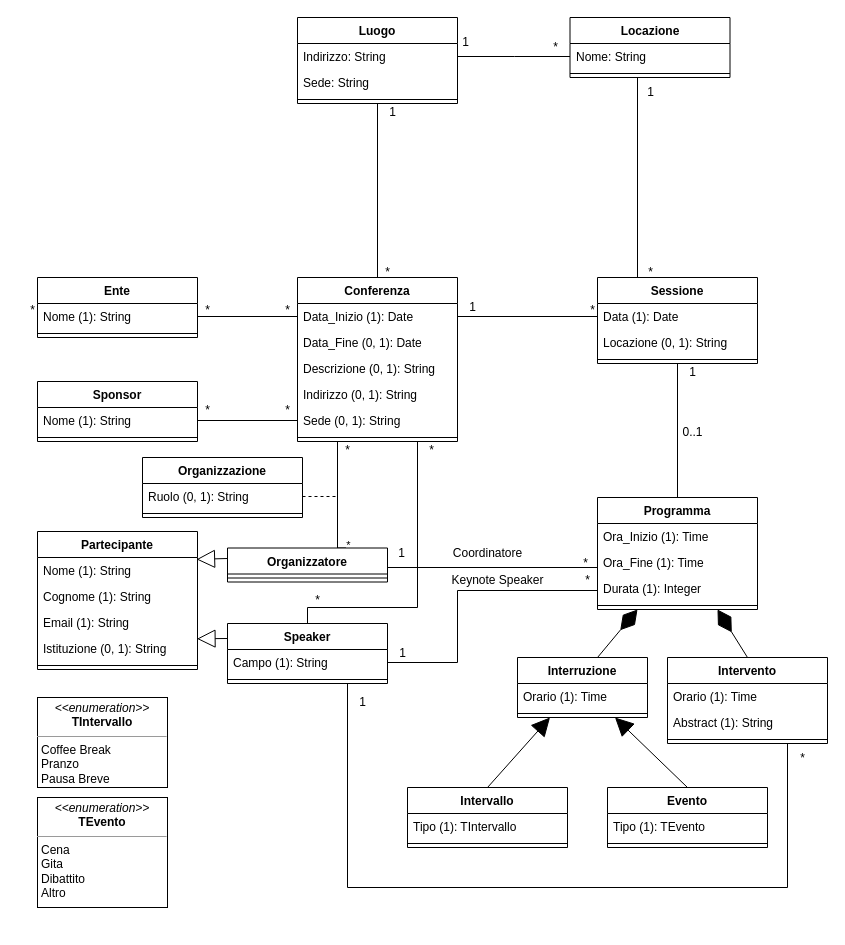
Before: page "DiagrammaNonRistrutturato" (1 of 3) of UML-DB/Conferenze.drawio in LeoCucurachi/GestioneConferenze, a draw.io diagram. Source tidied: cells renumbered, new cells numbered last; positions are measured from the earlier drawing's top-left corner, leaving out a move shared by most shapes. Both pictures are drawn from the tidied source at 100%, with x=0, y=0 at pixel (17, 17).
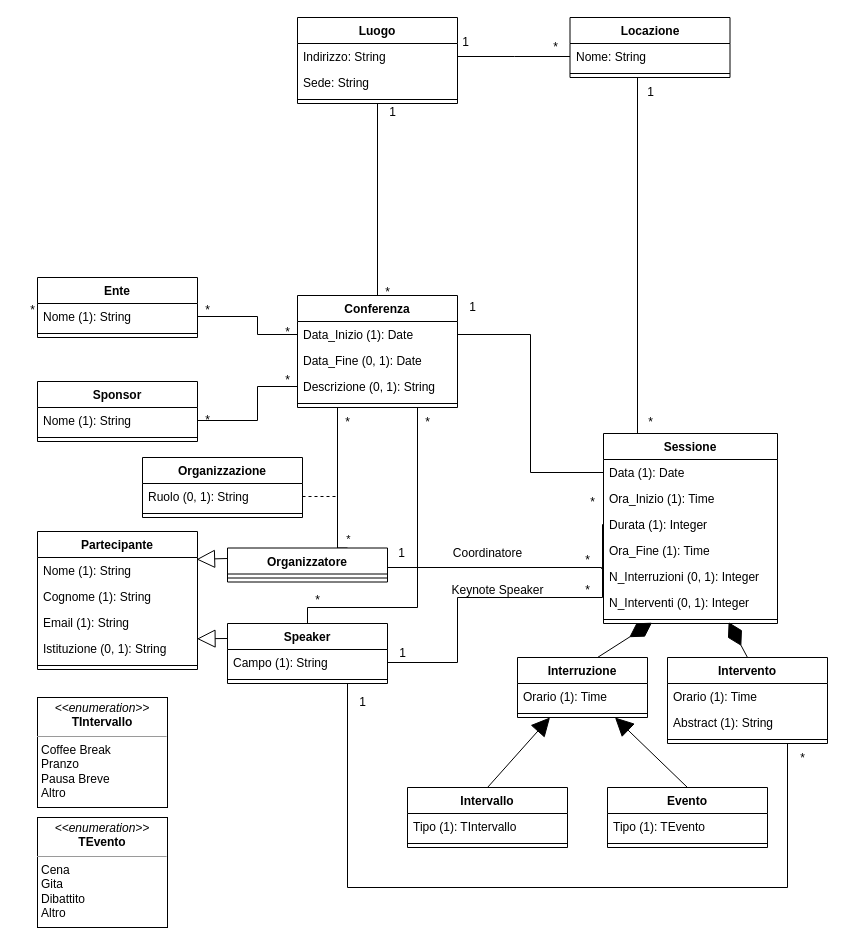
Above is the later version.

The change refers to these unchanged cells:
```xml
<mxCell id="4" value="Data_Inizio (1): Date" style="text;strokeColor=none;fillColor=none;align=left;verticalAlign=top;spacingLeft=4;spacingRight=4;overflow=hidden;points=[[0,0.5],[1,0.5]];portConstraint=eastwest;whiteSpace=wrap;html=1;" parent="3" vertex="1">
  <mxGeometry y="26" width="160" height="26" as="geometry" />
</mxCell>
<mxCell id="6" value="Descrizione (0, 1): String" style="text;strokeColor=none;fillColor=none;align=left;verticalAlign=top;spacingLeft=4;spacingRight=4;overflow=hidden;points=[[0,0.5],[1,0.5]];portConstraint=eastwest;whiteSpace=wrap;html=1;" parent="3" vertex="1">
  <mxGeometry y="78" width="160" height="26" as="geometry" />
</mxCell>
<mxCell id="11" value="Nome (1): String" style="text;strokeColor=none;fillColor=none;align=left;verticalAlign=top;spacingLeft=4;spacingRight=4;overflow=hidden;points=[[0,0.5],[1,0.5]];portConstraint=eastwest;whiteSpace=wrap;html=1;" parent="10" vertex="1">
  <mxGeometry y="26" width="160" height="26" as="geometry" />
</mxCell>
<mxCell id="14" value="Nome (1): String" style="text;strokeColor=none;fillColor=none;align=left;verticalAlign=top;spacingLeft=4;spacingRight=4;overflow=hidden;points=[[0,0.5],[1,0.5]];portConstraint=eastwest;whiteSpace=wrap;html=1;" parent="13" vertex="1">
  <mxGeometry y="26" width="160" height="26" as="geometry" />
</mxCell>
<mxCell id="24" value="Campo (1): String" style="text;strokeColor=none;fillColor=none;align=left;verticalAlign=top;spacingLeft=4;spacingRight=4;overflow=hidden;points=[[0,0.5],[1,0.5]];portConstraint=eastwest;whiteSpace=wrap;html=1;" parent="23" vertex="1">
  <mxGeometry y="26" width="160" height="26" as="geometry" />
</mxCell>
<mxCell id="28" value="Organizzatore" style="swimlane;fontStyle=1;align=center;verticalAlign=top;horizontal=1;startSize=26;whiteSpace=wrap;html=1;" parent="1" vertex="1">
  <mxGeometry x="210" y="530.5" width="160" height="34" as="geometry" />
</mxCell>
<mxCell id="41" value="Interruzione" style="swimlane;fontStyle=1;align=center;verticalAlign=top;horizontal=1;startSize=26;whiteSpace=wrap;html=1;" parent="1" vertex="1">
  <mxGeometry x="500" y="640" width="130" height="60" as="geometry" />
</mxCell>
<mxCell id="51" value="Intervento" style="swimlane;fontStyle=1;align=center;verticalAlign=top;horizontal=1;startSize=26;whiteSpace=wrap;html=1;" parent="1" vertex="1">
  <mxGeometry x="650" y="640" width="160" height="86" as="geometry" />
</mxCell>
```

Change to the diagram source:
```diff
@@
     <mxCell id="3" value="Conferenza" style="swimlane;fontStyle=1;align=center;verticalAlign=top;horizontal=1;startSize=26;whiteSpace=wrap;html=1;" parent="1" vertex="1">
-      <mxGeometry x="280" y="260" width="160" height="164" as="geometry" />
+      <mxGeometry x="280" y="278" width="160" height="112" as="geometry" />
     </mxCell>
@@
-    <mxCell id="7" value="Indirizzo (0, 1): String" style="text;strokeColor=none;fillColor=none;align=left;verticalAlign=top;spacingLeft=4;spacingRight=4;overflow=hidden;whiteSpace=wrap;html=1;" parent="3" vertex="1">
-      <mxGeometry y="104" width="160" height="26" as="geometry" />
-    </mxCell>
-    <mxCell id="8" value="Sede (0, 1): String" style="text;strokeColor=none;fillColor=none;align=left;verticalAlign=top;spacingLeft=4;spacingRight=4;overflow=hidden;points=[[0,0.5],[1,0.5]];portConstraint=eastwest;whiteSpace=wrap;html=1;" parent="3" vertex="1">
-      <mxGeometry y="130" width="160" height="26" as="geometry" />
-    </mxCell>
     <mxCell id="9" style="line;strokeWidth=1;fillColor=none;align=left;verticalAlign=middle;spacingTop=-1;spacingLeft=3;spacingRight=3;labelPosition=right;strokeColor=inherit;" parent="3" vertex="1">
-      <mxGeometry y="156" width="160" height="8" as="geometry" />
+      <mxGeometry y="104" width="160" height="8" as="geometry" />
     </mxCell>
@@
-    <mxCell id="30" style="edgeStyle=orthogonalEdgeStyle;rounded=0;jettySize=auto;html=1;exitX=0.5;exitY=1;exitDx=0;exitDy=0;entryX=0.5;entryY=0;entryDx=0;entryDy=0;endArrow=none;endFill=0;" parent="1" edge="1" source="32" target="36">
-      <mxGeometry relative="1" as="geometry" />
-    </mxCell>
@@
     <mxCell id="32" value="Sessione" style="swimlane;fontStyle=1;align=center;verticalAlign=top;horizontal=1;startSize=26;whiteSpace=wrap;html=1;" parent="1" vertex="1">
-      <mxGeometry x="580" y="260" width="160" height="86" as="geometry" />
+      <mxGeometry x="586" y="416" width="174" height="190" as="geometry" />
     </mxCell>
     <mxCell id="33" value="Data (1): Date" style="text;strokeColor=none;fillColor=none;align=left;verticalAlign=top;spacingLeft=4;spacingRight=4;overflow=hidden;points=[[0,0.5],[1,0.5]];portConstraint=eastwest;whiteSpace=wrap;html=1;" parent="32" vertex="1">
-      <mxGeometry y="26" width="160" height="26" as="geometry" />
+      <mxGeometry y="26" width="174" height="26" as="geometry" />
     </mxCell>
-    <mxCell id="34" value="Locazione (0, 1): String" style="text;strokeColor=none;fillColor=none;align=left;verticalAlign=top;spacingLeft=4;spacingRight=4;overflow=hidden;whiteSpace=wrap;html=1;" parent="32" vertex="1">
-      <mxGeometry y="52" width="160" height="26" as="geometry" />
-    </mxCell>
+    <mxCell id="37" value="Ora_Inizio (1): Time" style="text;strokeColor=none;fillColor=none;align=left;verticalAlign=top;spacingLeft=4;spacingRight=4;overflow=hidden;whiteSpace=wrap;html=1;" parent="32" vertex="1">
+      <mxGeometry y="52" width="174" height="26" as="geometry" />
+    </mxCell>
+    <mxCell id="39" value="Durata (1): Integer" style="text;strokeColor=none;fillColor=none;align=left;verticalAlign=top;spacingLeft=4;spacingRight=4;overflow=hidden;points=[[0,0.5],[1,0.5]];portConstraint=eastwest;whiteSpace=wrap;html=1;" parent="32" vertex="1">
+      <mxGeometry y="78" width="174" height="26" as="geometry" />
+    </mxCell>
+    <mxCell id="38" value="Ora_Fine (1): Time" style="text;strokeColor=none;fillColor=none;align=left;verticalAlign=top;spacingLeft=4;spacingRight=4;overflow=hidden;whiteSpace=wrap;html=1;" parent="32" vertex="1">
+      <mxGeometry y="104" width="174" height="26" as="geometry" />
+    </mxCell>
+    <mxCell id="106" value="N_Interruzioni (0, 1): Integer" style="text;strokeColor=none;fillColor=none;align=left;verticalAlign=top;spacingLeft=4;spacingRight=4;overflow=hidden;whiteSpace=wrap;html=1;" parent="32" vertex="1">
+      <mxGeometry y="130" width="174" height="26" as="geometry" />
+    </mxCell>
+    <mxCell id="107" value="N_Interventi (0, 1): Integer" style="text;strokeColor=none;fillColor=none;align=left;verticalAlign=top;spacingLeft=4;spacingRight=4;overflow=hidden;whiteSpace=wrap;html=1;" parent="32" vertex="1">
+      <mxGeometry y="156" width="174" height="26" as="geometry" />
+    </mxCell>
     <mxCell id="35" style="line;strokeWidth=1;fillColor=none;align=left;verticalAlign=middle;spacingTop=-1;spacingLeft=3;spacingRight=3;labelPosition=right;points=[];portConstraint=eastwest;strokeColor=inherit;" parent="32" vertex="1">
-      <mxGeometry y="78" width="160" height="8" as="geometry" />
+      <mxGeometry y="182" width="174" height="8" as="geometry" />
     </mxCell>
-    <mxCell id="36" value="Programma" style="swimlane;fontStyle=1;align=center;verticalAlign=top;horizontal=1;startSize=26;whiteSpace=wrap;html=1;" parent="1" vertex="1">
-      <mxGeometry x="580" y="480" width="160" height="112" as="geometry" />
-    </mxCell>
-    <mxCell id="37" value="Ora_Inizio (1): Time" style="text;strokeColor=none;fillColor=none;align=left;verticalAlign=top;spacingLeft=4;spacingRight=4;overflow=hidden;whiteSpace=wrap;html=1;" parent="36" vertex="1">
-      <mxGeometry y="26" width="160" height="26" as="geometry" />
-    </mxCell>
-    <mxCell id="38" value="Ora_Fine (1): Time" style="text;strokeColor=none;fillColor=none;align=left;verticalAlign=top;spacingLeft=4;spacingRight=4;overflow=hidden;whiteSpace=wrap;html=1;" parent="36" vertex="1">
-      <mxGeometry y="52" width="160" height="26" as="geometry" />
-    </mxCell>
-    <mxCell id="39" value="Durata (1): Integer" style="text;strokeColor=none;fillColor=none;align=left;verticalAlign=top;spacingLeft=4;spacingRight=4;overflow=hidden;points=[[0,0.5],[1,0.5]];portConstraint=eastwest;whiteSpace=wrap;html=1;" parent="36" vertex="1">
-      <mxGeometry y="78" width="160" height="26" as="geometry" />
-    </mxCell>
-    <mxCell id="40" style="line;strokeWidth=1;fillColor=none;align=left;verticalAlign=middle;spacingTop=-1;spacingLeft=3;spacingRight=3;labelPosition=right;strokeColor=inherit;" parent="36" vertex="1">
-      <mxGeometry y="104" width="160" height="8" as="geometry" />
-    </mxCell>
@@
-    <mxCell id="42" style="endArrow=diamondThin;endFill=1;endSize=24;html=1;rounded=0;entryX=0.25;entryY=1;entryDx=0;entryDy=0;" parent="41" edge="1" target="36">
+    <mxCell id="42" style="endArrow=diamondThin;endFill=1;endSize=24;html=1;rounded=0;entryX=0.279;entryY=0.9;entryDx=0;entryDy=0;entryPerimeter=0;" parent="41" edge="1" target="35">
       <mxGeometry relative="1" as="geometry">
         <mxPoint x="80" as="sourcePoint" />
       </mxGeometry>
     </mxCell>
@@
-    <mxCell id="52" style="endArrow=diamondThin;endFill=1;endSize=24;html=1;rounded=0;entryX=0.75;entryY=1;entryDx=0;entryDy=0;" parent="51" edge="1" target="36">
+    <mxCell id="52" style="endArrow=diamondThin;endFill=1;endSize=24;html=1;rounded=0;entryX=0.719;entryY=0.833;entryDx=0;entryDy=0;entryPerimeter=0;" parent="51" edge="1" target="35">
       <mxGeometry relative="1" as="geometry">
         <mxPoint x="80" as="sourcePoint" />
       </mxGeometry>
     </mxCell>
@@
     <mxCell id="56" style="edgeStyle=orthogonalEdgeStyle;rounded=0;jettySize=auto;html=1;exitX=1;exitY=0.5;exitDx=0;exitDy=0;entryX=0;entryY=0.5;entryDx=0;entryDy=0;endArrow=none;endFill=0;" parent="1" edge="1" source="11" target="4">
-      <mxGeometry relative="1" as="geometry" />
+      <mxGeometry relative="1" as="geometry">
+        <Array as="points">
+          <mxPoint x="240" y="299" />
+          <mxPoint x="240" y="317" />
+        </Array>
+      </mxGeometry>
     </mxCell>
-    <mxCell id="57" style="edgeStyle=orthogonalEdgeStyle;rounded=0;jettySize=auto;html=1;exitX=1;exitY=0.5;exitDx=0;exitDy=0;endArrow=none;endFill=0;" parent="1" edge="1" source="14" target="8">
-      <mxGeometry relative="1" as="geometry" />
+    <mxCell id="57" style="edgeStyle=orthogonalEdgeStyle;rounded=0;jettySize=auto;html=1;exitX=1;exitY=0.5;exitDx=0;exitDy=0;endArrow=none;endFill=0;entryX=0;entryY=0.5;entryDx=0;entryDy=0;" parent="1" edge="1" source="14" target="6">
+      <mxGeometry relative="1" as="geometry">
+        <Array as="points">
+          <mxPoint x="240" y="403" />
+          <mxPoint x="240" y="369" />
+        </Array>
+      </mxGeometry>
     </mxCell>
@@
     <mxCell id="59" value="*" style="text;html=1;align=center;verticalAlign=middle;strokeColor=none;fillColor=none;" parent="1" vertex="1">
-      <mxGeometry x="255" y="278" width="30" height="30" as="geometry" />
+      <mxGeometry x="255" y="300" width="30" height="30" as="geometry" />
     </mxCell>
     <mxCell id="60" value="*" style="text;html=1;align=center;verticalAlign=middle;strokeColor=none;fillColor=none;" parent="1" vertex="1">
-      <mxGeometry x="175" y="378" width="30" height="30" as="geometry" />
+      <mxGeometry x="175" y="388" width="30" height="30" as="geometry" />
     </mxCell>
     <mxCell id="61" value="*" style="text;html=1;align=center;verticalAlign=middle;strokeColor=none;fillColor=none;" parent="1" vertex="1">
-      <mxGeometry x="255" y="378" width="30" height="30" as="geometry" />
+      <mxGeometry x="255" y="348" width="30" height="30" as="geometry" />
     </mxCell>
@@
     <mxCell id="63" value="*" style="text;html=1;align=center;verticalAlign=middle;strokeColor=none;fillColor=none;" parent="1" vertex="1">
-      <mxGeometry x="560" y="278" width="30" height="30" as="geometry" />
+      <mxGeometry x="560" y="470" width="30" height="30" as="geometry" />
     </mxCell>
@@
-    <mxCell id="65" value="1" style="text;html=1;align=center;verticalAlign=middle;strokeColor=none;fillColor=none;" parent="1" vertex="1">
-      <mxGeometry x="660" y="340" width="30" height="30" as="geometry" />
-    </mxCell>
-    <mxCell id="66" value="0..1" style="text;html=1;align=center;verticalAlign=middle;strokeColor=none;fillColor=none;" parent="1" vertex="1">
-      <mxGeometry x="655" y="400" width="40" height="30" as="geometry" />
-    </mxCell>
@@
     <mxCell id="72" value="*" style="text;html=1;align=center;verticalAlign=middle;strokeColor=none;fillColor=none;" parent="1" vertex="1">
-      <mxGeometry x="315" y="418" width="30" height="30" as="geometry" />
+      <mxGeometry x="315" y="390" width="30" height="30" as="geometry" />
     </mxCell>
@@
     <mxCell id="74" value="*" style="text;html=1;align=center;verticalAlign=middle;strokeColor=none;fillColor=none;" parent="1" vertex="1">
-      <mxGeometry x="399" y="418" width="30" height="30" as="geometry" />
+      <mxGeometry x="395" y="390" width="30" height="30" as="geometry" />
     </mxCell>
@@
     <mxCell id="77" style="edgeStyle=orthogonalEdgeStyle;rounded=0;jettySize=auto;html=1;exitX=0;exitY=0.5;exitDx=0;exitDy=0;entryX=1;entryY=0.5;entryDx=0;entryDy=0;endArrow=none;endFill=0;" parent="1" edge="1" source="39" target="24">
       <mxGeometry relative="1" as="geometry">
         <Array as="points">
-          <mxPoint x="440" y="573" />
+          <mxPoint x="585" y="580" />
+          <mxPoint x="440" y="580" />
           <mxPoint x="440" y="645" />
         </Array>
       </mxGeometry>
     </mxCell>
-    <mxCell id="78" style="edgeStyle=orthogonalEdgeStyle;rounded=0;jettySize=auto;html=1;exitX=0;exitY=0.5;exitDx=0;exitDy=0;entryX=1;entryY=0.25;entryDx=0;entryDy=0;endArrow=none;endFill=0;" parent="1" edge="1" target="28">
+    <mxCell id="78" style="edgeStyle=orthogonalEdgeStyle;rounded=0;jettySize=auto;html=1;entryX=1;entryY=0.25;entryDx=0;entryDy=0;endArrow=none;endFill=0;exitX=0.969;exitY=0.779;exitDx=0;exitDy=0;exitPerimeter=0;" parent="1" edge="1" source="84" target="28">
       <mxGeometry relative="1" as="geometry">
-        <mxPoint x="580" y="521" as="sourcePoint" />
         <Array as="points">
-          <mxPoint x="580" y="550" />
+          <mxPoint x="584" y="550" />
           <mxPoint x="370" y="550" />
         </Array>
       </mxGeometry>
     </mxCell>
     <mxCell id="79" value="*" style="text;html=1;align=center;verticalAlign=middle;strokeColor=none;fillColor=none;" parent="1" vertex="1">
-      <mxGeometry x="555" y="548" width="30" height="30" as="geometry" />
+      <mxGeometry x="555" y="558" width="30" height="30" as="geometry" />
     </mxCell>
@@
     <mxCell id="81" value="Keynote Speaker" style="text;html=1;align=center;verticalAlign=middle;strokeColor=none;fillColor=none;" parent="1" vertex="1">
-      <mxGeometry x="420" y="548" width="120" height="30" as="geometry" />
+      <mxGeometry x="420" y="558" width="120" height="30" as="geometry" />
     </mxCell>
@@
     <mxCell id="84" value="*" style="text;html=1;align=center;verticalAlign=middle;points=[];strokeColor=none;fillColor=none;" parent="1" vertex="1">
-      <mxGeometry x="552.5" y="530.5" width="30" height="30" as="geometry" />
+      <mxGeometry x="555" y="528" width="30" height="30" as="geometry" />
     </mxCell>
@@
-    <mxCell id="86" value="&lt;p style=&quot;margin:0px;margin-top:4px;text-align:center;&quot;&gt;&lt;i&gt;&amp;lt;&amp;lt;enumeration&amp;gt;&amp;gt;&lt;/i&gt;&lt;br&gt;&lt;b&gt;TIntervallo&lt;/b&gt;&lt;br&gt;&lt;/p&gt;&lt;hr size=&quot;1&quot;&gt;&lt;p style=&quot;margin:0px;margin-left:4px;&quot;&gt;Coffee Break&lt;/p&gt;&lt;p style=&quot;margin:0px;margin-left:4px;&quot;&gt;Pranzo&lt;/p&gt;&lt;p style=&quot;margin:0px;margin-left:4px;&quot;&gt;Pausa Breve&lt;/p&gt;" style="verticalAlign=top;align=left;overflow=fill;fontSize=12;fontFamily=Helvetica;html=1;whiteSpace=wrap;" parent="1" vertex="1">
-      <mxGeometry x="20" y="680" width="130" height="90" as="geometry" />
+    <mxCell id="86" value="&lt;p style=&quot;margin:0px;margin-top:4px;text-align:center;&quot;&gt;&lt;i&gt;&amp;lt;&amp;lt;enumeration&amp;gt;&amp;gt;&lt;/i&gt;&lt;br&gt;&lt;b&gt;TIntervallo&lt;/b&gt;&lt;br&gt;&lt;/p&gt;&lt;hr size=&quot;1&quot;&gt;&lt;p style=&quot;margin:0px;margin-left:4px;&quot;&gt;Coffee Break&lt;/p&gt;&lt;p style=&quot;margin:0px;margin-left:4px;&quot;&gt;Pranzo&lt;/p&gt;&lt;p style=&quot;margin:0px;margin-left:4px;&quot;&gt;Pausa Breve&lt;/p&gt;&lt;p style=&quot;margin:0px;margin-left:4px;&quot;&gt;Altro&lt;/p&gt;" style="verticalAlign=top;align=left;overflow=fill;fontSize=12;fontFamily=Helvetica;html=1;whiteSpace=wrap;" parent="1" vertex="1">
+      <mxGeometry x="20" y="680" width="130" height="110" as="geometry" />
     </mxCell>
     <mxCell id="87" value="&lt;p style=&quot;margin:0px;margin-top:4px;text-align:center;&quot;&gt;&lt;i&gt;&amp;lt;&amp;lt;enumeration&amp;gt;&amp;gt;&lt;/i&gt;&lt;br&gt;&lt;b&gt;TEvento&lt;/b&gt;&lt;br&gt;&lt;/p&gt;&lt;hr size=&quot;1&quot;&gt;&lt;p style=&quot;margin:0px;margin-left:4px;&quot;&gt;Cena&lt;/p&gt;&lt;p style=&quot;margin:0px;margin-left:4px;&quot;&gt;Gita&lt;/p&gt;&lt;p style=&quot;margin:0px;margin-left:4px;&quot;&gt;Dibattito&lt;/p&gt;&lt;p style=&quot;margin:0px;margin-left:4px;&quot;&gt;Altro&lt;/p&gt;" style="verticalAlign=top;align=left;overflow=fill;fontSize=12;fontFamily=Helvetica;html=1;whiteSpace=wrap;" parent="1" vertex="1">
-      <mxGeometry x="20" y="780" width="130" height="110" as="geometry" />
+      <mxGeometry x="20" y="800" width="130" height="110" as="geometry" />
     </mxCell>
@@
     <mxCell id="100" value="*" style="text;html=1;align=center;verticalAlign=middle;strokeColor=none;fillColor=none;" parent="1" vertex="1">
-      <mxGeometry x="355" y="240" width="30" height="30" as="geometry" />
+      <mxGeometry x="355" y="260" width="30" height="30" as="geometry" />
     </mxCell>
     <mxCell id="101" value="*" style="text;html=1;align=center;verticalAlign=middle;strokeColor=none;fillColor=none;" parent="1" vertex="1">
-      <mxGeometry x="617.5" y="240" width="30" height="30" as="geometry" />
+      <mxGeometry x="617.5" y="390" width="30" height="30" as="geometry" />
     </mxCell>
```
